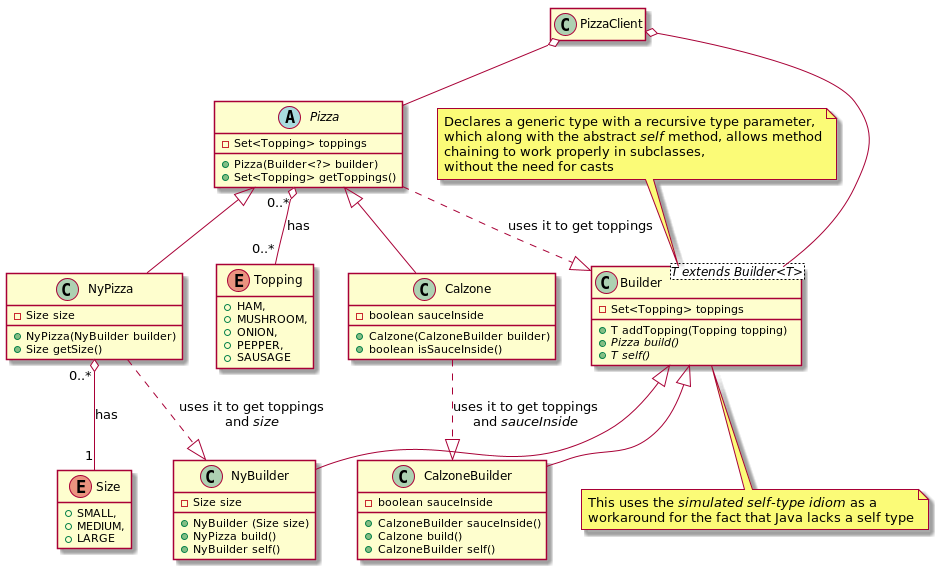
The PlantUML diagram DesignPatternsElementsOfReusableObjectOrientesSoftware/Chapter03/Builder/image/code_class_design.png in lealceldeiro/gems, before a commit.
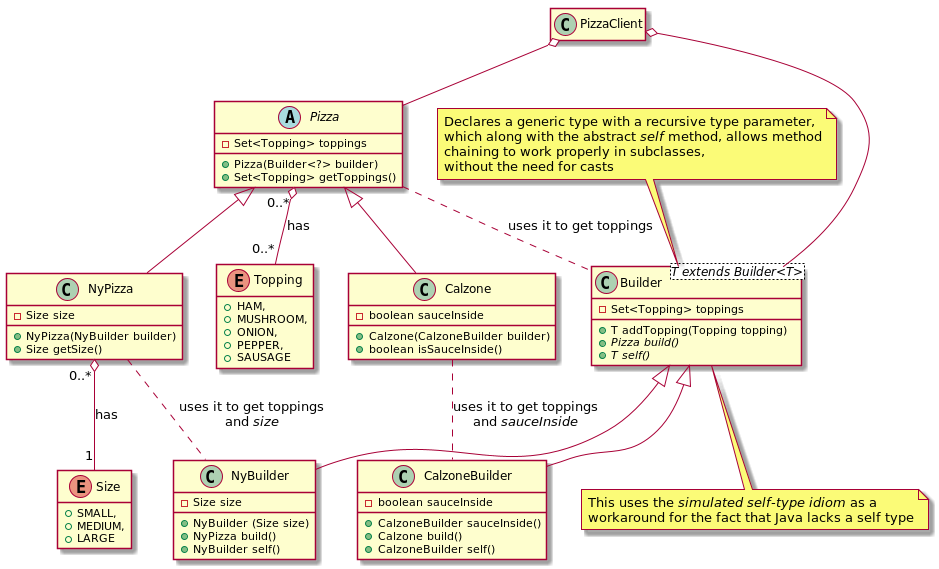
After the commit.

Commit message:
Update class diagram to match UML notation

Change to the diagram source:
```diff
@@ -30,7 +30,7 @@
 class Builder
 note bottom: This uses the <i>simulated self-type idiom</i> as a\nworkaround for the fact that Java lacks a self type
 
-Pizza ..|> Builder : uses it to get toppings
+Pizza .. Builder : uses it to get toppings
 
 class Calzone extends Pizza {
     - boolean sauceInside
@@ -47,7 +47,7 @@
     + CalzoneBuilder self()
 }
 
-Calzone ..|> CalzoneBuilder : uses it to get toppings\nand <i>sauceInside</i>
+Calzone .. CalzoneBuilder : uses it to get toppings\nand <i>sauceInside</i>
 
 enum Size {
     + SMALL,
@@ -70,7 +70,7 @@
     + NyBuilder self()
 }
 
-NyPizza ..|> NyBuilder : uses it to get toppings\nand <i>size</i>
+NyPizza .. NyBuilder : uses it to get toppings\nand <i>size</i>
 NyPizza "0..*" o-- "1" Size : has
 
 class PizzaClient
```
